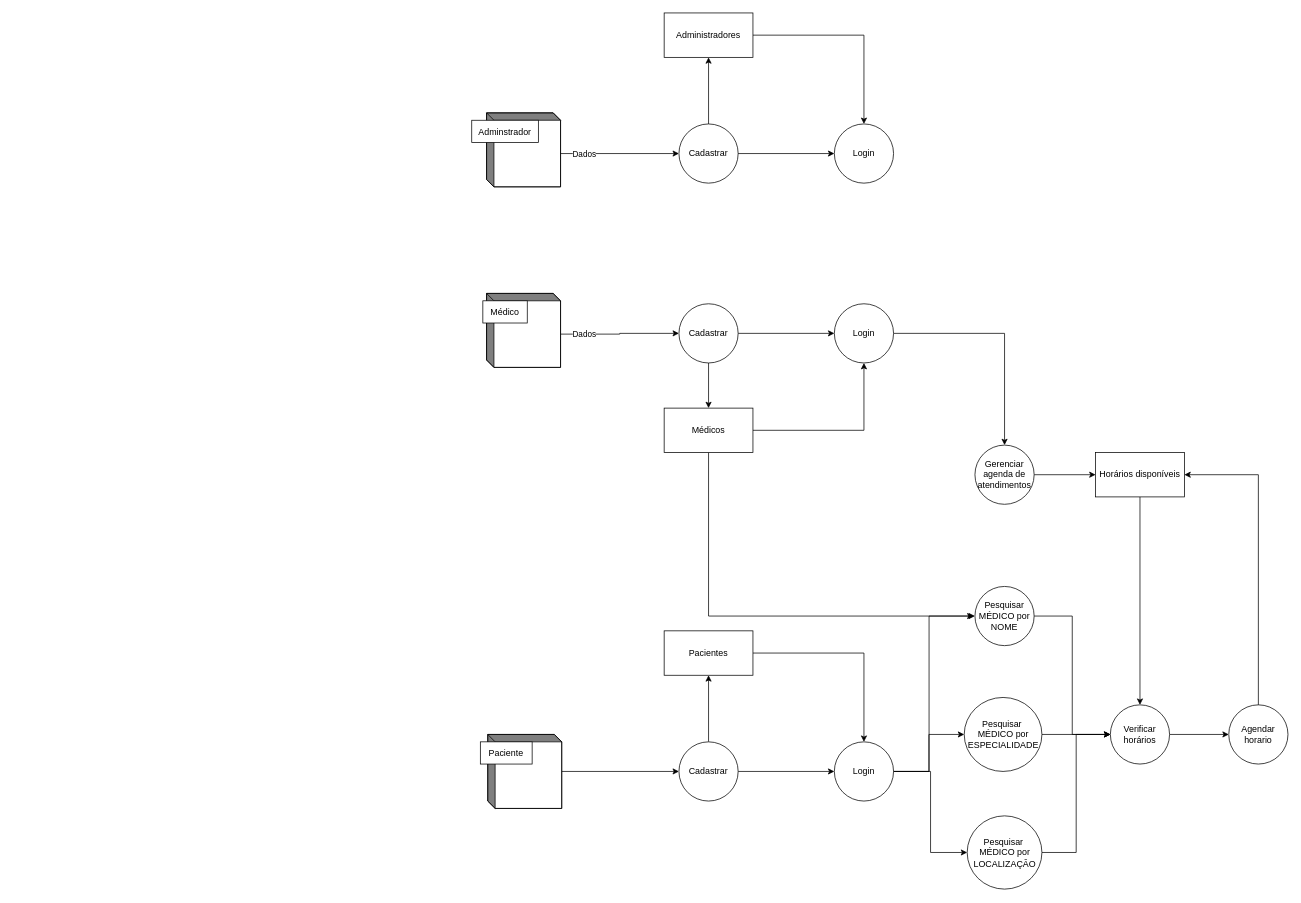
Earlier version of the draw.io diagram DFD – Sistema de Agendamento de Consultas.drawio (Desperate2Grow/Diagrams). Source tidied: cells renumbered, new cells numbered last; positions are measured from the earlier drawing's top-left corner, leaving out a move shared by most shapes. Both pictures are drawn from the tidied source at 74%, with x=0, y=0 at pixel (486, 13).
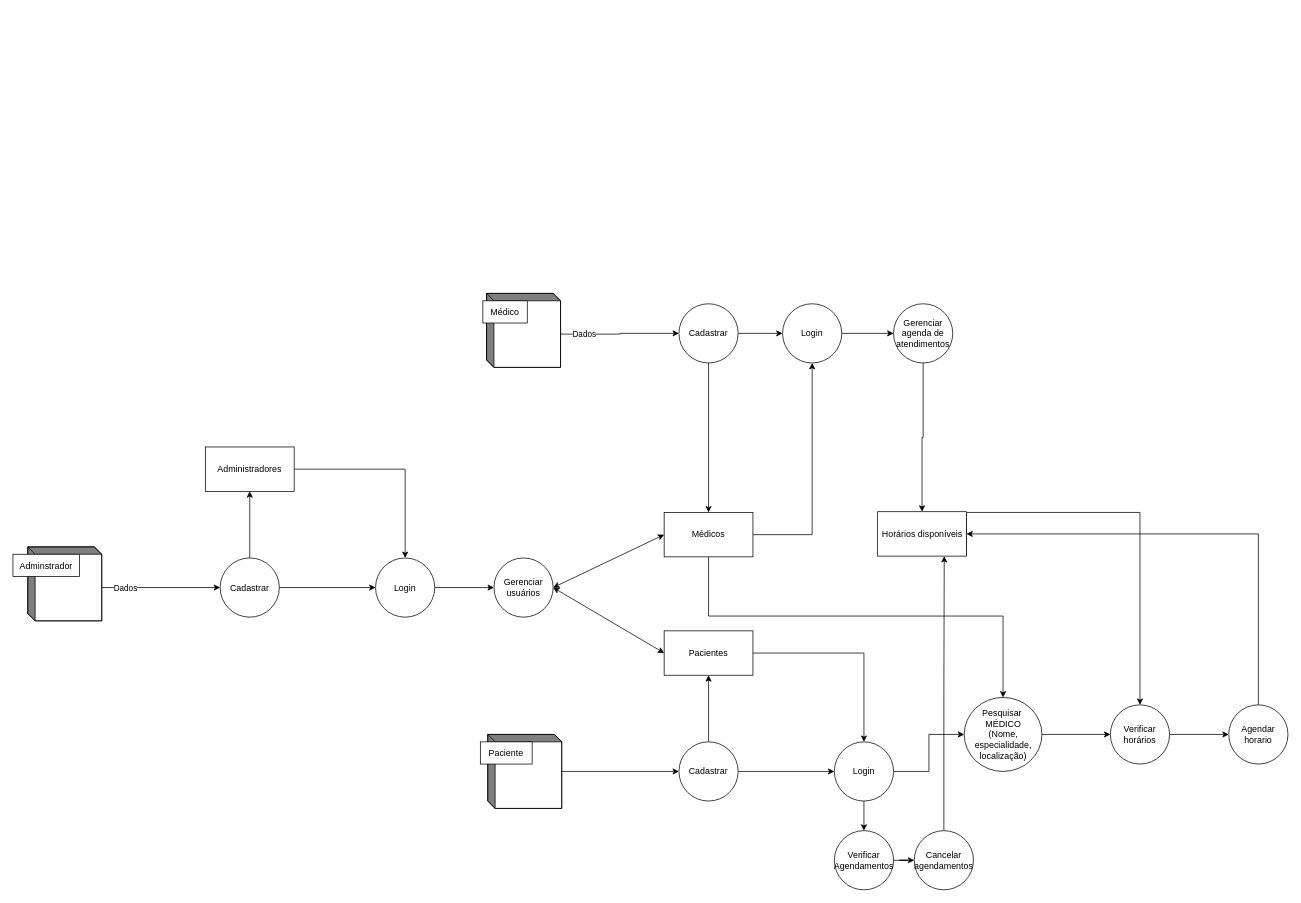
The same diagram, later.

Unchanged cells that the change refers to:
```xml
<mxCell id="22" value="Login" style="ellipse;whiteSpace=wrap;html=1;dashed=0;" parent="1" vertex="1">
  <mxGeometry x="470" y="985" width="80" height="80" as="geometry" />
</mxCell>
<mxCell id="33" value="Pacientes" style="whiteSpace=wrap;html=1;" parent="1" vertex="1">
  <mxGeometry x="240" y="835" width="120" height="60" as="geometry" />
</mxCell>
<mxCell id="43" value="Verificar horários" style="ellipse;whiteSpace=wrap;html=1;dashed=0;" parent="1" vertex="1">
  <mxGeometry x="843" y="935" width="80" height="80" as="geometry" />
</mxCell>
```

What changed in the source:
```diff
@@
     <mxCell id="9" style="html=1;dashed=0;whiteSpace=wrap;shape=mxgraph.dfd.externalEntity;" parent="1" vertex="1">
-      <mxGeometry y="135" width="100" height="100" as="geometry" />
+      <mxGeometry x="-620" y="721.5" width="100" height="100" as="geometry" />
     </mxCell>
@@
     <mxCell id="15" value="Login" style="ellipse;whiteSpace=wrap;html=1;dashed=0;" parent="1" vertex="1">
-      <mxGeometry x="470" y="393" width="80" height="80" as="geometry" />
+      <mxGeometry x="400" y="393" width="80" height="80" as="geometry" />
     </mxCell>
@@
-    <mxCell id="20" style="edgeStyle=orthogonalEdgeStyle;rounded=0;jettySize=auto;html=1;entryX=0;entryY=0.5;entryDx=0;entryDy=0;exitX=1;exitY=0.5;exitDx=0;exitDy=0;" parent="1" edge="1" source="22" target="39">
-      <mxGeometry relative="1" as="geometry">
-        <Array as="points">
-          <mxPoint x="600" y="1025" />
-          <mxPoint x="600" y="1135" />
-        </Array>
-      </mxGeometry>
-    </mxCell>
-    <mxCell id="21" style="edgeStyle=orthogonalEdgeStyle;rounded=0;orthogonalLoop=1;jettySize=auto;html=1;entryX=0;entryY=0.5;entryDx=0;entryDy=0;" parent="1" edge="1">
-      <mxGeometry relative="1" as="geometry">
-        <mxPoint x="548" y="1025" as="sourcePoint" />
-        <mxPoint x="658" y="815" as="targetPoint" />
-        <Array as="points">
-          <mxPoint x="598" y="1025" />
-          <mxPoint x="598" y="815" />
-        </Array>
-      </mxGeometry>
-    </mxCell>
+    <mxCell id="50" style="edgeStyle=orthogonalEdgeStyle;rounded=0;jettySize=auto;html=1;" parent="1" edge="1" source="22" target="53">
+      <mxGeometry relative="1" as="geometry" />
+    </mxCell>
@@
     <mxCell id="26" value="Cadastrar" style="ellipse;whiteSpace=wrap;html=1;" parent="1" vertex="1">
-      <mxGeometry x="260" y="150" width="80" height="80" as="geometry" />
+      <mxGeometry x="-360" y="736.5" width="80" height="80" as="geometry" />
     </mxCell>
@@
+    <mxCell id="51" style="edgeStyle=orthogonalEdgeStyle;rounded=0;jettySize=auto;html=1;" parent="1" edge="1" source="28" target="56">
+      <mxGeometry relative="1" as="geometry" />
+    </mxCell>
     <mxCell id="28" value="Login" style="ellipse;whiteSpace=wrap;html=1;dashed=0;" parent="1" vertex="1">
-      <mxGeometry x="470" y="150" width="80" height="80" as="geometry" />
+      <mxGeometry x="-150" y="736.5" width="80" height="80" as="geometry" />
     </mxCell>
@@
-    <mxCell id="30" style="edgeStyle=orthogonalEdgeStyle;rounded=0;jettySize=auto;html=1;entryX=0;entryY=0.5;entryDx=0;entryDy=0;" parent="1" edge="1" source="31" target="37">
+    <mxCell id="30" style="edgeStyle=orthogonalEdgeStyle;rounded=0;jettySize=auto;html=1;entryX=0.5;entryY=0;entryDx=0;entryDy=0;" parent="1" edge="1" source="31" target="41">
       <mxGeometry relative="1" as="geometry">
         <Array as="points">
           <mxPoint x="300" y="815" />
+          <mxPoint x="698" y="815" />
         </Array>
       </mxGeometry>
     </mxCell>
     <mxCell id="31" value="Médicos" style="whiteSpace=wrap;html=1;" parent="1" vertex="1">
-      <mxGeometry x="240" y="534" width="120" height="60" as="geometry" />
+      <mxGeometry x="240" y="675" width="120" height="60" as="geometry" />
     </mxCell>
@@
     <mxCell id="35" value="Administradores" style="whiteSpace=wrap;html=1;" parent="1" vertex="1">
-      <mxGeometry x="240" width="120" height="60" as="geometry" />
+      <mxGeometry x="-380" y="586.5" width="120" height="60" as="geometry" />
     </mxCell>
-    <mxCell id="36" style="edgeStyle=orthogonalEdgeStyle;rounded=0;jettySize=auto;html=1;entryX=0;entryY=0.5;entryDx=0;entryDy=0;" parent="1" edge="1" source="37" target="43">
-      <mxGeometry relative="1" as="geometry" />
-    </mxCell>
-    <mxCell id="37" value="Pesquisar MÉDICO por NOME" style="ellipse;whiteSpace=wrap;html=1;dashed=0;" parent="1" vertex="1">
-      <mxGeometry x="660" y="775" width="80" height="80" as="geometry" />
-    </mxCell>
-    <mxCell id="38" style="edgeStyle=orthogonalEdgeStyle;rounded=0;jettySize=auto;html=1;entryX=0;entryY=0.5;entryDx=0;entryDy=0;" parent="1" edge="1" source="39" target="43">
-      <mxGeometry relative="1" as="geometry" />
-    </mxCell>
-    <mxCell id="39" value="Pesquisar&amp;nbsp;&lt;div&gt;MÉDICO por LOCALIZAÇÂO&lt;/div&gt;" style="ellipse;whiteSpace=wrap;html=1;dashed=0;" parent="1" vertex="1">
-      <mxGeometry x="649.5" y="1085" width="101" height="99" as="geometry" />
-    </mxCell>
@@
-    <mxCell id="41" value="Pesquisar&amp;nbsp;&lt;div&gt;MÉDICO por ESPECIALIDADE&lt;/div&gt;" style="ellipse;whiteSpace=wrap;html=1;dashed=0;" parent="1" vertex="1">
+    <mxCell id="41" value="Pesquisar&amp;nbsp;&lt;div&gt;MÉDICO&lt;br&gt;(Nome, especialidade, localização)&lt;/div&gt;" style="ellipse;whiteSpace=wrap;html=1;dashed=0;" parent="1" vertex="1">
       <mxGeometry x="645.5" y="925" width="105" height="100" as="geometry" />
     </mxCell>
@@
     <mxCell id="45" value="Gerenciar agenda de atendimentos" style="ellipse;whiteSpace=wrap;html=1;dashed=0;" parent="1" vertex="1">
-      <mxGeometry x="660" y="584" width="80" height="80" as="geometry" />
+      <mxGeometry x="550" y="393" width="80" height="80" as="geometry" />
     </mxCell>
-    <mxCell id="46" style="edgeStyle=orthogonalEdgeStyle;rounded=0;jettySize=auto;html=1;" parent="1" edge="1" source="47" target="43">
-      <mxGeometry relative="1" as="geometry" />
+    <mxCell id="46" style="edgeStyle=orthogonalEdgeStyle;rounded=0;jettySize=auto;html=1;exitX=1;exitY=1;exitDx=0;exitDy=0;" parent="1" edge="1" source="47" target="43">
+      <mxGeometry relative="1" as="geometry">
+        <Array as="points">
+          <mxPoint x="883" y="675" />
+        </Array>
+      </mxGeometry>
     </mxCell>
     <mxCell id="47" value="Horários disponíveis" style="whiteSpace=wrap;html=1;dashed=0;" parent="1" vertex="1">
-      <mxGeometry x="823" y="594" width="120" height="60" as="geometry" />
+      <mxGeometry x="528.5" y="674" width="120" height="60" as="geometry" />
     </mxCell>
@@
+    <mxCell id="52" style="edgeStyle=orthogonalEdgeStyle;rounded=0;jettySize=auto;html=1;" parent="1" edge="1" source="53" target="55">
+      <mxGeometry relative="1" as="geometry" />
+    </mxCell>
+    <mxCell id="53" value="Verificar Agendamentos" style="ellipse;whiteSpace=wrap;html=1;dashed=0;" parent="1" vertex="1">
+      <mxGeometry x="470" y="1105" width="80" height="80" as="geometry" />
+    </mxCell>
+    <mxCell id="54" style="edgeStyle=orthogonalEdgeStyle;rounded=0;jettySize=auto;html=1;entryX=0.75;entryY=1;entryDx=0;entryDy=0;" parent="1" edge="1" source="55" target="47">
+      <mxGeometry relative="1" as="geometry" />
+    </mxCell>
+    <mxCell id="55" value="Cancelar agendamentos" style="ellipse;whiteSpace=wrap;html=1;dashed=0;" parent="1" vertex="1">
+      <mxGeometry x="578" y="1105" width="80" height="80" as="geometry" />
+    </mxCell>
+    <mxCell id="56" value="Gerenciar usuários" style="ellipse;whiteSpace=wrap;html=1;dashed=0;" parent="1" vertex="1">
+      <mxGeometry x="10" y="736.5" width="80" height="80" as="geometry" />
+    </mxCell>
+    <mxCell id="57" style="endArrow=classic;startArrow=classic;html=1;rounded=0;entryX=0;entryY=0.5;entryDx=0;entryDy=0;exitX=1;exitY=0.5;exitDx=0;exitDy=0;" parent="1" edge="1" source="56" target="31">
+      <mxGeometry relative="1" as="geometry" />
+    </mxCell>
+    <mxCell id="58" style="endArrow=classic;startArrow=classic;html=1;rounded=0;entryX=0;entryY=0.5;entryDx=0;entryDy=0;exitX=1;exitY=0.5;exitDx=0;exitDy=0;" parent="1" edge="1" source="56" target="33">
+      <mxGeometry relative="1" as="geometry" />
+    </mxCell>
```
